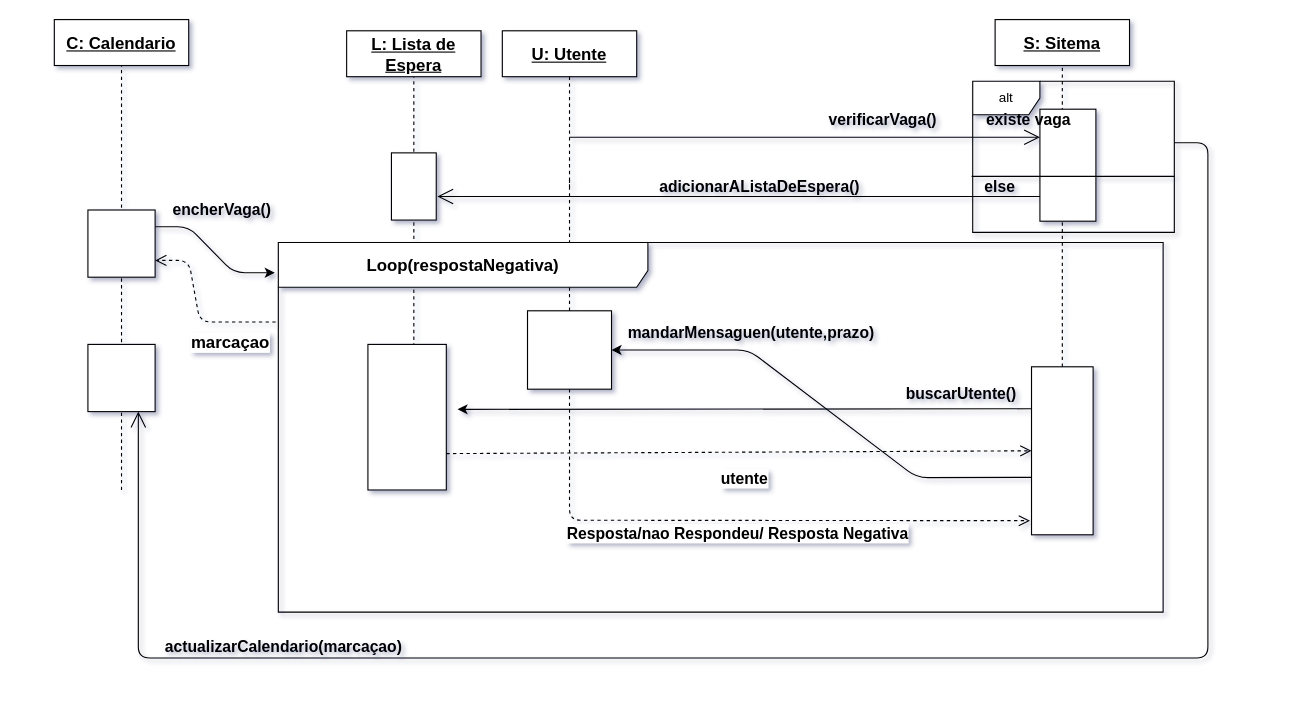
This is DiagramaDeSequencia-ListaDeEspera.drawio from getSierralta/Si-Centro-Hospitalar-Upskill, a draw.io file, before an edit. Source tidied: cells renumbered, new cells numbered last; positions are measured from the earlier drawing's top-left corner, leaving out a move shared by most shapes. Both pictures are drawn from the tidied source at 112%, with x=0, y=0 at pixel (54, 19).
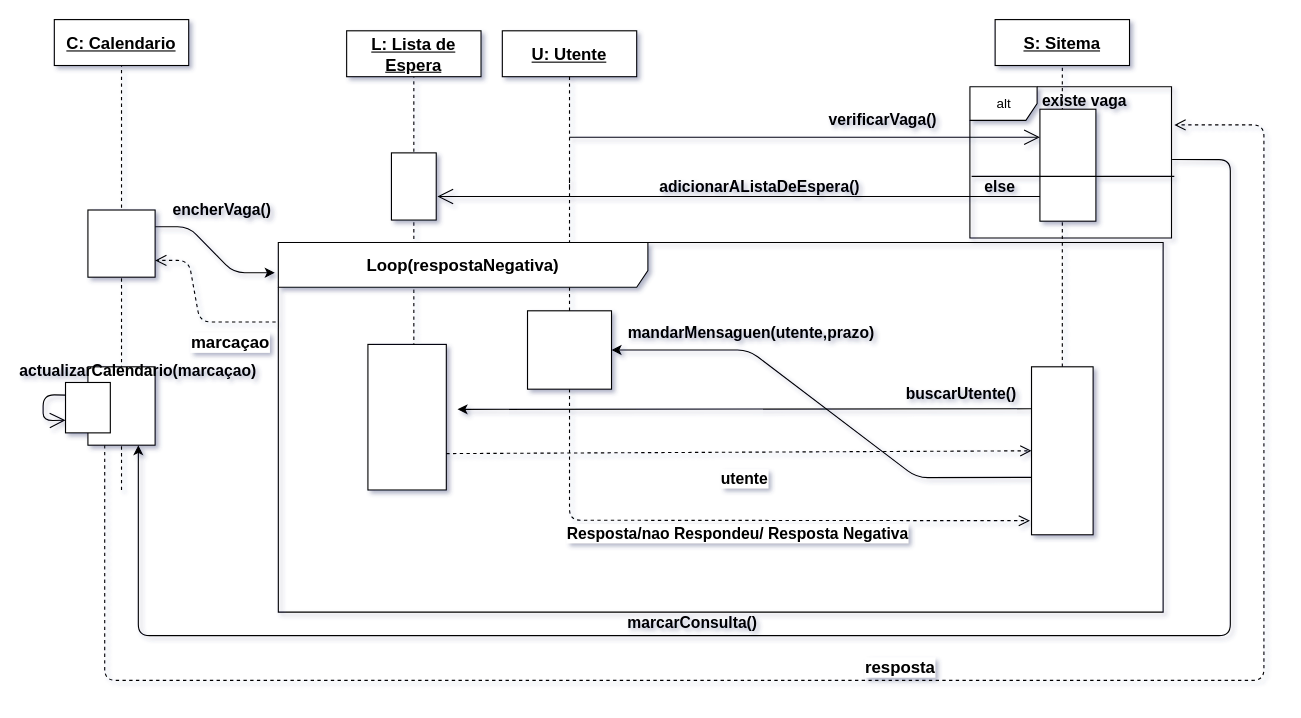
The same diagram, later.

Commit message:
Diagrama de sequencia 3.3

Diff of the diagram source:
```diff
@@
     <mxCell id="2" value="alt" style="shape=umlFrame;whiteSpace=wrap;html=1;" parent="1" vertex="1">
-      <mxGeometry x="820" y="55" width="180" height="135" as="geometry" />
+      <mxGeometry x="817.5" y="60" width="180" height="135" as="geometry" />
     </mxCell>
@@
-    <mxCell id="23" value="existe vaga" style="text;html=1;strokeColor=none;fillColor=none;align=center;verticalAlign=middle;whiteSpace=wrap;rounded=0;fontStyle=1;fontSize=14;" parent="1" vertex="1">
-      <mxGeometry x="810" y="80" width="120" height="20" as="geometry" />
+    <mxCell id="23" value="existe vaga" style="text;html=1;strokeColor=none;align=center;verticalAlign=middle;whiteSpace=wrap;rounded=0;fontStyle=1;fontSize=14;" parent="1" vertex="1">
+      <mxGeometry x="860" y="62.5" width="120" height="20" as="geometry" />
     </mxCell>
@@
     <mxCell id="29" style="rounded=0;whiteSpace=wrap;html=1;" parent="1" vertex="1">
-      <mxGeometry x="30" y="290" width="60" height="60" as="geometry" />
+      <mxGeometry x="30" y="310" width="60" height="70" as="geometry" />
     </mxCell>
@@
-    <mxCell id="31" style="endArrow=open;endFill=1;endSize=12;html=1;entryX=0.75;entryY=1;entryDx=0;entryDy=0;" parent="1" edge="1" target="29">
-      <mxGeometry relative="1" as="geometry">
-        <mxPoint x="1000" y="110" as="sourcePoint" />
-        <Array as="points">
-          <mxPoint x="1030" y="110" />
-          <mxPoint x="1030" y="570" />
-          <mxPoint x="75" y="570" />
-        </Array>
-      </mxGeometry>
-    </mxCell>
@@
     <mxCell id="33" value="actualizarCalendario(marcaçao)" style="text;html=1;strokeColor=none;fillColor=none;align=center;verticalAlign=middle;whiteSpace=wrap;rounded=0;fontStyle=1;fontSize=14;" parent="1" vertex="1">
-      <mxGeometry x="100" y="550" width="210" height="20" as="geometry" />
+      <mxGeometry x="-30" y="304" width="210" height="20" as="geometry" />
     </mxCell>
@@
+    <mxCell id="38" value="&lt;b&gt;&lt;font style=&quot;font-size: 15px&quot;&gt;resposta&lt;/font&gt;&lt;/b&gt;" style="html=1;verticalAlign=bottom;endArrow=open;dashed=1;endSize=8;exitX=0.25;exitY=1;exitDx=0;exitDy=0;entryX=1.014;entryY=0.252;entryDx=0;entryDy=0;entryPerimeter=0;" parent="1" edge="1" source="29" target="2">
+      <mxGeometry x="0.01" relative="1" as="geometry">
+        <Array as="points">
+          <mxPoint x="45" y="590" />
+          <mxPoint x="1080" y="590" />
+          <mxPoint x="1080" y="94" />
+        </Array>
+      </mxGeometry>
+    </mxCell>
+    <mxCell id="39" style="rounded=0;whiteSpace=wrap;html=1;" parent="1" vertex="1">
+      <mxGeometry x="10" y="324" width="40" height="45" as="geometry" />
+    </mxCell>
+    <mxCell id="40" style="endArrow=open;endFill=1;endSize=12;html=1;exitX=0;exitY=0.25;exitDx=0;exitDy=0;entryX=0;entryY=0.75;entryDx=0;entryDy=0;" parent="1" edge="1" source="39" target="39">
+      <mxGeometry relative="1" as="geometry">
+        <Array as="points">
+          <mxPoint x="-10" y="335" />
+          <mxPoint x="-10" y="358" />
+        </Array>
+      </mxGeometry>
+    </mxCell>
+    <mxCell id="41" style="endArrow=classic;html=1;exitX=1.003;exitY=0.481;exitDx=0;exitDy=0;exitPerimeter=0;entryX=0.75;entryY=1;entryDx=0;entryDy=0;" parent="1" edge="1" source="2" target="29">
+      <mxGeometry relative="1" as="geometry">
+        <Array as="points">
+          <mxPoint x="1050" y="125" />
+          <mxPoint x="1050" y="550" />
+          <mxPoint x="75" y="550" />
+        </Array>
+      </mxGeometry>
+    </mxCell>
+    <mxCell id="42" value="marcarConsulta()" style="text;html=1;strokeColor=none;fillColor=none;align=center;verticalAlign=middle;whiteSpace=wrap;rounded=0;fontStyle=1;fontSize=14;" parent="1" vertex="1">
+      <mxGeometry x="480" y="529" width="180" height="20" as="geometry" />
+    </mxCell>
```
